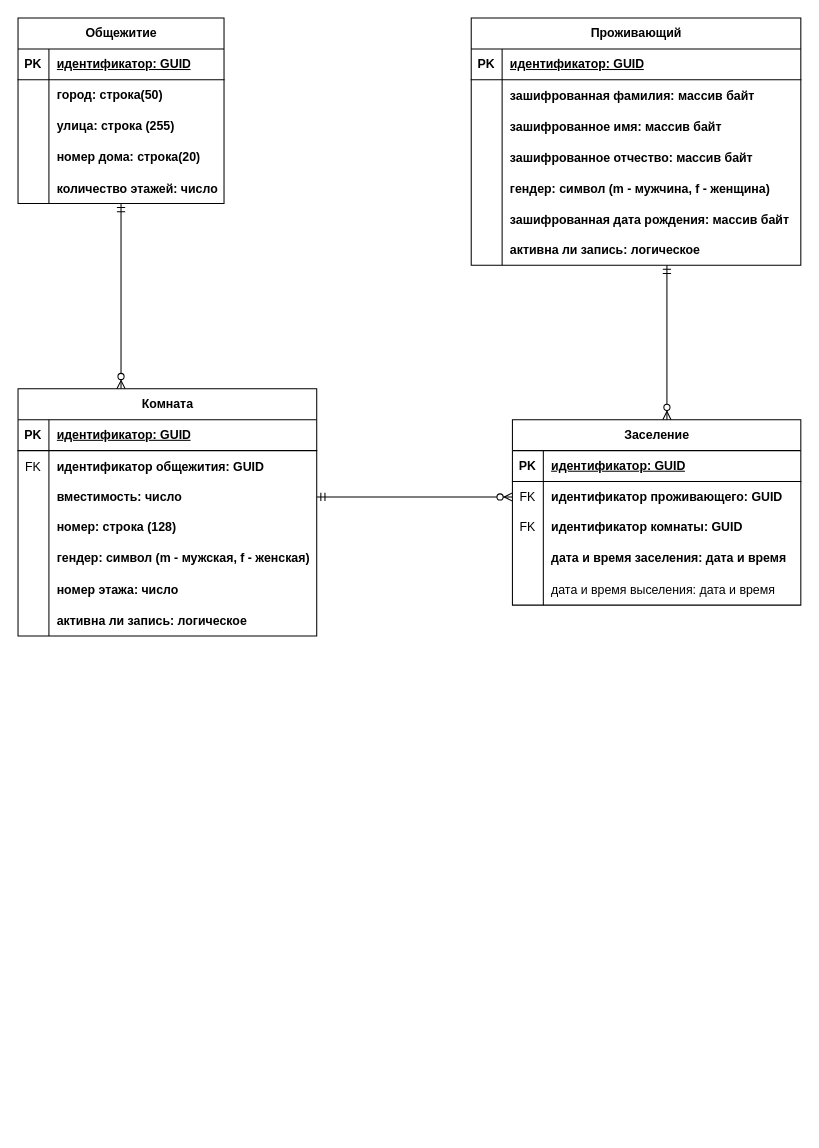
Before: docs/ERD логическая.drawio in DmitryUA/OpenDorm, a draw.io diagram. Source tidied: cells renumbered, new cells numbered last; positions are measured from the earlier drawing's top-left corner, leaving out a move shared by most shapes. Both pictures are drawn from the tidied source at 103%, with x=0, y=0 at pixel (18, 18).
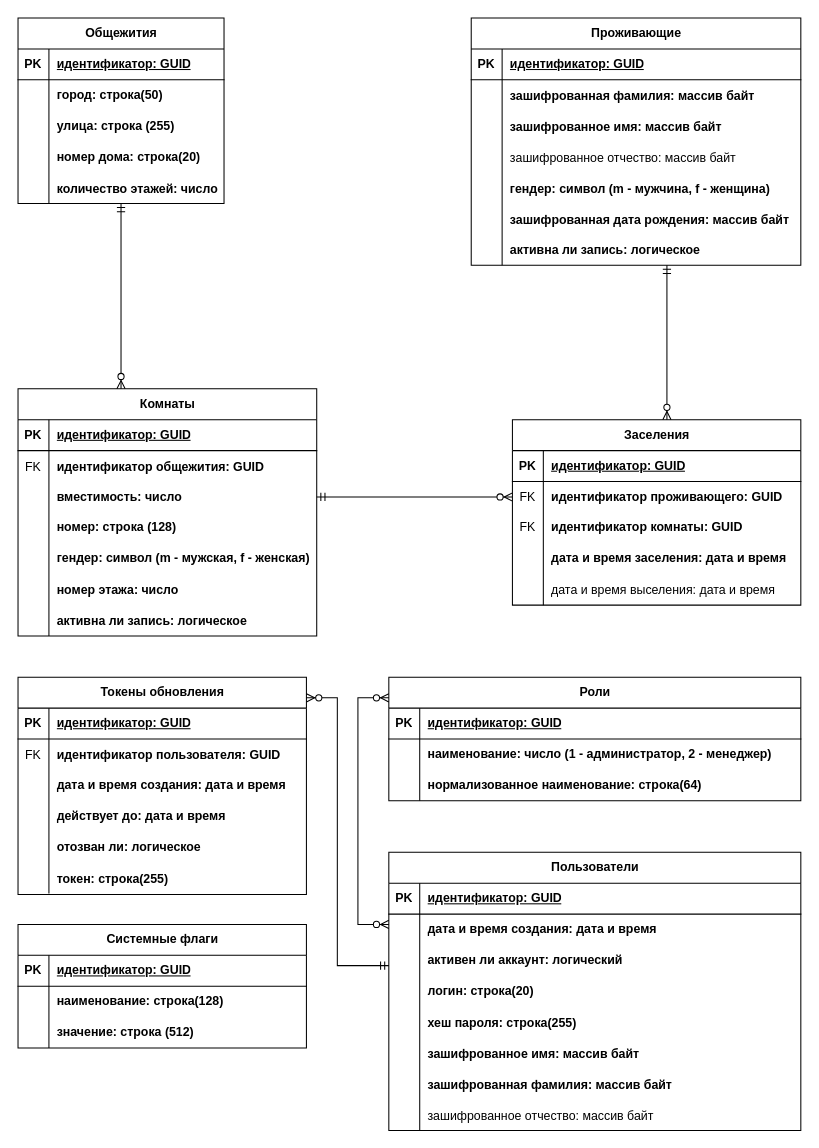
The same diagram, later.

Commit message (it also covers changes not shown here):
docs: update ERD, physical and logical.

The change refers to these unchanged cells:
```xml
<mxCell id="51" style="shape=tableRow;horizontal=0;startSize=0;swimlaneHead=0;swimlaneBody=0;fillColor=none;top=0;left=0;right=0;bottom=0;" parent="41" vertex="1">
  <mxGeometry y="120" width="320" height="30" as="geometry" />
</mxCell>
```

The edit, as a diff of the source:
```diff
@@
-    <mxCell id="2" value="Комната" style="shape=table;startSize=30;childLayout=tableLayout;rowLines=0;fontStyle=1;align=center;html=1;" parent="1" vertex="1">
+    <mxCell id="2" value="Комнаты" style="shape=table;startSize=30;childLayout=tableLayout;rowLines=0;fontStyle=1;align=center;html=1;" parent="1" vertex="1">
       <mxGeometry y="360" width="290" height="240" as="geometry" />
     </mxCell>
@@
-    <mxCell id="24" value="Общежитие" style="shape=table;startSize=30;childLayout=tableLayout;rowLines=0;fontStyle=1;align=center;html=1;" parent="1" vertex="1">
+    <mxCell id="24" value="Общежития" style="shape=table;startSize=30;childLayout=tableLayout;rowLines=0;fontStyle=1;align=center;html=1;" parent="1" vertex="1">
       <mxGeometry width="200" height="180" as="geometry" />
     </mxCell>
@@
-    <mxCell id="41" value="Проживающий" style="shape=table;startSize=30;childLayout=tableLayout;rowLines=0;fontStyle=1;align=center;html=1;" parent="1" vertex="1">
+    <mxCell id="41" value="Проживающие" style="shape=table;startSize=30;childLayout=tableLayout;rowLines=0;fontStyle=1;align=center;html=1;" parent="1" vertex="1">
       <mxGeometry x="440" width="320" height="240" as="geometry" />
     </mxCell>
@@
-    <mxCell id="53" value="зашифрованное отчество: массив байт" style="shape=partialRectangle;fillColor=none;top=0;left=0;bottom=0;right=0;align=left;spacingLeft=6;overflow=hidden;fontStyle=1;" parent="51" vertex="1">
+    <mxCell id="53" value="зашифрованное отчество: массив байт" style="shape=partialRectangle;fillColor=none;top=0;left=0;bottom=0;right=0;align=left;spacingLeft=6;overflow=hidden;fontStyle=0;" parent="51" vertex="1">
       <mxGeometry x="30" width="290" height="30" as="geometry" />
     </mxCell>
@@
-    <mxCell id="63" value="Заселение" style="shape=table;startSize=30;childLayout=tableLayout;rowLines=0;fontStyle=1;align=center;html=1;" parent="1" vertex="1">
+    <mxCell id="63" value="Заселения" style="shape=table;startSize=30;childLayout=tableLayout;rowLines=0;fontStyle=1;align=center;html=1;" parent="1" vertex="1">
       <mxGeometry x="480" y="390" width="280" height="180" as="geometry" />
     </mxCell>
@@
+    <mxCell id="81" value="Роли" style="shape=table;startSize=30;childLayout=tableLayout;rowLines=0;fontStyle=1;align=center;html=1;" parent="1" vertex="1">
+      <mxGeometry x="360" y="640" width="400" height="120" as="geometry" />
+    </mxCell>
+    <mxCell id="82" style="shape=tableRow;horizontal=0;startSize=0;swimlaneHead=0;swimlaneBody=0;fillColor=none;top=0;left=0;right=0;bottom=1;" parent="81" vertex="1">
+      <mxGeometry y="30" width="400" height="30" as="geometry" />
+    </mxCell>
+    <mxCell id="83" value="PK" style="shape=partialRectangle;fillColor=none;top=0;left=0;bottom=0;right=0;fontStyle=1;overflow=hidden;whiteSpace=wrap;html=1;" parent="82" vertex="1">
+      <mxGeometry width="30" height="30" as="geometry" />
+    </mxCell>
+    <mxCell id="84" value="идентификатор: GUID" style="shape=partialRectangle;fillColor=none;top=0;left=0;bottom=0;right=0;align=left;spacingLeft=6;fontStyle=5;overflow=hidden;whiteSpace=wrap;html=1;" parent="82" vertex="1">
+      <mxGeometry x="30" width="370" height="30" as="geometry" />
+    </mxCell>
+    <mxCell id="85" style="shape=tableRow;horizontal=0;startSize=0;swimlaneHead=0;swimlaneBody=0;fillColor=none;top=0;left=0;right=0;bottom=0;" parent="81" vertex="1">
+      <mxGeometry y="60" width="400" height="30" as="geometry" />
+    </mxCell>
+    <mxCell id="86" style="shape=partialRectangle;fillColor=none;top=0;left=0;bottom=0;right=0;overflow=hidden;whiteSpace=wrap;html=1;" parent="85" vertex="1">
+      <mxGeometry width="30" height="30" as="geometry" />
+    </mxCell>
+    <mxCell id="87" value="наименование: число (1 - администратор, 2 - менеджер)" style="shape=partialRectangle;fillColor=none;top=0;left=0;bottom=0;right=0;align=left;spacingLeft=6;overflow=hidden;whiteSpace=wrap;html=1;fontStyle=1;" parent="85" vertex="1">
+      <mxGeometry x="30" width="370" height="30" as="geometry" />
+    </mxCell>
+    <mxCell id="88" style="shape=tableRow;horizontal=0;startSize=0;swimlaneHead=0;swimlaneBody=0;fillColor=none;top=0;left=0;right=0;bottom=0;" parent="81" vertex="1">
+      <mxGeometry y="90" width="400" height="30" as="geometry" />
+    </mxCell>
+    <mxCell id="89" style="shape=partialRectangle;fillColor=none;top=0;left=0;bottom=0;right=0;overflow=hidden;whiteSpace=wrap;html=1;" parent="88" vertex="1">
+      <mxGeometry width="30" height="30" as="geometry" />
+    </mxCell>
+    <mxCell id="90" value="нормализованное наименование: строка(64)" style="shape=partialRectangle;fillColor=none;top=0;left=0;bottom=0;right=0;align=left;spacingLeft=6;overflow=hidden;whiteSpace=wrap;html=1;fontStyle=1;" parent="88" vertex="1">
+      <mxGeometry x="30" width="370" height="30" as="geometry" />
+    </mxCell>
+    <mxCell id="91" value="Пользователи" style="shape=table;startSize=30;childLayout=tableLayout;rowLines=0;fontStyle=1;align=center;html=1;" parent="1" vertex="1">
+      <mxGeometry x="360" y="810" width="400" height="270" as="geometry" />
+    </mxCell>
+    <mxCell id="92" style="shape=tableRow;horizontal=0;startSize=0;swimlaneHead=0;swimlaneBody=0;fillColor=none;top=0;left=0;right=0;bottom=1;" parent="91" vertex="1">
+      <mxGeometry y="30" width="400" height="30" as="geometry" />
+    </mxCell>
+    <mxCell id="93" value="PK" style="shape=partialRectangle;fillColor=none;top=0;left=0;bottom=0;right=0;fontStyle=1;overflow=hidden;whiteSpace=wrap;html=1;" parent="92" vertex="1">
+      <mxGeometry width="30" height="30" as="geometry" />
+    </mxCell>
+    <mxCell id="94" value="идентификатор: GUID" style="shape=partialRectangle;fillColor=none;top=0;left=0;bottom=0;right=0;align=left;spacingLeft=6;fontStyle=5;overflow=hidden;whiteSpace=wrap;html=1;" parent="92" vertex="1">
+      <mxGeometry x="30" width="370" height="30" as="geometry" />
+    </mxCell>
+    <mxCell id="95" style="shape=tableRow;horizontal=0;startSize=0;swimlaneHead=0;swimlaneBody=0;fillColor=none;top=0;left=0;right=0;bottom=0;" parent="91" vertex="1">
+      <mxGeometry y="60" width="400" height="30" as="geometry" />
+    </mxCell>
+    <mxCell id="96" style="shape=partialRectangle;fillColor=none;top=0;left=0;bottom=0;right=0;overflow=hidden;whiteSpace=wrap;html=1;" parent="95" vertex="1">
+      <mxGeometry width="30" height="30" as="geometry" />
+    </mxCell>
+    <mxCell id="97" value="&lt;b&gt;дата и время создания: дата и время&lt;/b&gt;" style="shape=partialRectangle;fillColor=none;top=0;left=0;bottom=0;right=0;align=left;spacingLeft=6;overflow=hidden;whiteSpace=wrap;html=1;" parent="95" vertex="1">
+      <mxGeometry x="30" width="370" height="30" as="geometry" />
+    </mxCell>
+    <mxCell id="98" style="shape=tableRow;horizontal=0;startSize=0;swimlaneHead=0;swimlaneBody=0;fillColor=none;top=0;left=0;right=0;bottom=0;" parent="91" vertex="1">
+      <mxGeometry y="90" width="400" height="30" as="geometry" />
+    </mxCell>
+    <mxCell id="99" style="shape=partialRectangle;fillColor=none;top=0;left=0;bottom=0;right=0;overflow=hidden;whiteSpace=wrap;html=1;" parent="98" vertex="1">
+      <mxGeometry width="30" height="30" as="geometry" />
+    </mxCell>
+    <mxCell id="100" value="&lt;b&gt;активен ли аккаунт: логический&lt;/b&gt;" style="shape=partialRectangle;fillColor=none;top=0;left=0;bottom=0;right=0;align=left;spacingLeft=6;overflow=hidden;whiteSpace=wrap;html=1;" parent="98" vertex="1">
+      <mxGeometry x="30" width="370" height="30" as="geometry" />
+    </mxCell>
+    <mxCell id="101" style="shape=tableRow;horizontal=0;startSize=0;swimlaneHead=0;swimlaneBody=0;fillColor=none;top=0;left=0;right=0;bottom=0;" parent="91" vertex="1">
+      <mxGeometry y="120" width="400" height="30" as="geometry" />
+    </mxCell>
+    <mxCell id="102" style="shape=partialRectangle;fillColor=none;top=0;left=0;bottom=0;right=0;overflow=hidden;whiteSpace=wrap;html=1;" parent="101" vertex="1">
+      <mxGeometry width="30" height="30" as="geometry" />
+    </mxCell>
+    <mxCell id="103" value="&lt;b&gt;логин: строка(20)&lt;/b&gt;" style="shape=partialRectangle;fillColor=none;top=0;left=0;bottom=0;right=0;align=left;spacingLeft=6;overflow=hidden;whiteSpace=wrap;html=1;" parent="101" vertex="1">
+      <mxGeometry x="30" width="370" height="30" as="geometry" />
+    </mxCell>
+    <mxCell id="104" style="shape=tableRow;horizontal=0;startSize=0;swimlaneHead=0;swimlaneBody=0;fillColor=none;top=0;left=0;right=0;bottom=0;" parent="91" vertex="1">
+      <mxGeometry y="150" width="400" height="30" as="geometry" />
+    </mxCell>
+    <mxCell id="105" style="shape=partialRectangle;fillColor=none;top=0;left=0;bottom=0;right=0;overflow=hidden;" parent="104" vertex="1">
+      <mxGeometry width="30" height="30" as="geometry" />
+    </mxCell>
+    <mxCell id="106" value="хеш пароля: строка(255)" style="shape=partialRectangle;fillColor=none;top=0;left=0;bottom=0;right=0;align=left;spacingLeft=6;overflow=hidden;fontStyle=1;" parent="104" vertex="1">
+      <mxGeometry x="30" width="370" height="30" as="geometry" />
+    </mxCell>
+    <mxCell id="107" style="shape=tableRow;horizontal=0;startSize=0;swimlaneHead=0;swimlaneBody=0;fillColor=none;top=0;left=0;right=0;bottom=0;" parent="91" vertex="1">
+      <mxGeometry y="180" width="400" height="30" as="geometry" />
+    </mxCell>
+    <mxCell id="108" style="shape=partialRectangle;fillColor=none;top=0;left=0;bottom=0;right=0;overflow=hidden;" parent="107" vertex="1">
+      <mxGeometry width="30" height="30" as="geometry" />
+    </mxCell>
+    <mxCell id="109" value="зашифрованное имя: массив байт" style="shape=partialRectangle;fillColor=none;top=0;left=0;bottom=0;right=0;align=left;spacingLeft=6;overflow=hidden;fontStyle=1;" parent="107" vertex="1">
+      <mxGeometry x="30" width="370" height="30" as="geometry" />
+    </mxCell>
+    <mxCell id="110" style="shape=tableRow;horizontal=0;startSize=0;swimlaneHead=0;swimlaneBody=0;fillColor=none;top=0;left=0;right=0;bottom=0;" parent="91" vertex="1">
+      <mxGeometry y="210" width="400" height="30" as="geometry" />
+    </mxCell>
+    <mxCell id="111" style="shape=partialRectangle;fillColor=none;top=0;left=0;bottom=0;right=0;overflow=hidden;" parent="110" vertex="1">
+      <mxGeometry width="30" height="30" as="geometry" />
+    </mxCell>
+    <mxCell id="112" value="зашифрованная фамилия: массив байт" style="shape=partialRectangle;fillColor=none;top=0;left=0;bottom=0;right=0;align=left;spacingLeft=6;overflow=hidden;fontStyle=1;" parent="110" vertex="1">
+      <mxGeometry x="30" width="370" height="30" as="geometry" />
+    </mxCell>
+    <mxCell id="113" style="shape=tableRow;horizontal=0;startSize=0;swimlaneHead=0;swimlaneBody=0;fillColor=none;top=0;left=0;right=0;bottom=0;" parent="91" vertex="1">
+      <mxGeometry y="240" width="400" height="30" as="geometry" />
+    </mxCell>
+    <mxCell id="114" style="shape=partialRectangle;fillColor=none;top=0;left=0;bottom=0;right=0;overflow=hidden;" parent="113" vertex="1">
+      <mxGeometry width="30" height="30" as="geometry" />
+    </mxCell>
+    <mxCell id="115" value="зашифрованное отчество: массив байт" style="shape=partialRectangle;fillColor=none;top=0;left=0;bottom=0;right=0;align=left;spacingLeft=6;overflow=hidden;" parent="113" vertex="1">
+      <mxGeometry x="30" width="370" height="30" as="geometry" />
+    </mxCell>
+    <mxCell id="116" style="edgeStyle=orthogonalEdgeStyle;fontSize=12;html=1;endArrow=ERzeroToMany;endFill=1;startArrow=ERzeroToMany;rounded=0;" parent="1" edge="1" source="91" target="81">
+      <mxGeometry relative="1" as="geometry">
+        <Array as="points">
+          <mxPoint x="330" y="880" />
+          <mxPoint x="330" y="660" />
+        </Array>
+      </mxGeometry>
+    </mxCell>
+    <mxCell id="117" value="Токены обновления" style="shape=table;startSize=30;childLayout=tableLayout;rowLines=0;fontStyle=1;align=center;html=1;" parent="1" vertex="1">
+      <mxGeometry y="640" width="280" height="211" as="geometry" />
+    </mxCell>
+    <mxCell id="118" style="shape=tableRow;horizontal=0;startSize=0;swimlaneHead=0;swimlaneBody=0;fillColor=none;top=0;left=0;right=0;bottom=1;" parent="117" vertex="1">
+      <mxGeometry y="30" width="280" height="30" as="geometry" />
+    </mxCell>
+    <mxCell id="119" value="PK" style="shape=partialRectangle;fillColor=none;top=0;left=0;bottom=0;right=0;fontStyle=1;overflow=hidden;whiteSpace=wrap;html=1;" parent="118" vertex="1">
+      <mxGeometry width="30" height="30" as="geometry" />
+    </mxCell>
+    <mxCell id="120" value="идентификатор: GUID" style="shape=partialRectangle;fillColor=none;top=0;left=0;bottom=0;right=0;align=left;spacingLeft=6;fontStyle=5;overflow=hidden;whiteSpace=wrap;html=1;" parent="118" vertex="1">
+      <mxGeometry x="30" width="250" height="30" as="geometry" />
+    </mxCell>
+    <mxCell id="121" style="shape=tableRow;horizontal=0;startSize=0;swimlaneHead=0;swimlaneBody=0;fillColor=none;top=0;left=0;right=0;bottom=0;" parent="117" vertex="1">
+      <mxGeometry y="60" width="280" height="30" as="geometry" />
+    </mxCell>
+    <mxCell id="122" value="FK" style="shape=partialRectangle;fillColor=none;top=0;left=0;bottom=0;right=0;overflow=hidden;" parent="121" vertex="1">
+      <mxGeometry width="30" height="30" as="geometry" />
+    </mxCell>
+    <mxCell id="123" value="идентификатор пользователя: GUID" style="shape=partialRectangle;fillColor=none;top=0;left=0;bottom=0;right=0;align=left;spacingLeft=6;overflow=hidden;fontStyle=1;" parent="121" vertex="1">
+      <mxGeometry x="30" width="250" height="30" as="geometry" />
+    </mxCell>
+    <mxCell id="124" style="shape=tableRow;horizontal=0;startSize=0;swimlaneHead=0;swimlaneBody=0;fillColor=none;top=0;left=0;right=0;bottom=0;" parent="117" vertex="1">
+      <mxGeometry y="90" width="280" height="30" as="geometry" />
+    </mxCell>
+    <mxCell id="125" style="shape=partialRectangle;fillColor=none;top=0;left=0;bottom=0;right=0;overflow=hidden;whiteSpace=wrap;html=1;" parent="124" vertex="1">
+      <mxGeometry width="30" height="30" as="geometry" />
+    </mxCell>
+    <mxCell id="126" value="дата и время создания: дата и время" style="shape=partialRectangle;fillColor=none;top=0;left=0;bottom=0;right=0;align=left;spacingLeft=6;overflow=hidden;whiteSpace=wrap;html=1;fontStyle=1;" parent="124" vertex="1">
+      <mxGeometry x="30" width="250" height="30" as="geometry" />
+    </mxCell>
+    <mxCell id="127" style="shape=tableRow;horizontal=0;startSize=0;swimlaneHead=0;swimlaneBody=0;fillColor=none;top=0;left=0;right=0;bottom=0;" parent="117" vertex="1">
+      <mxGeometry y="120" width="280" height="30" as="geometry" />
+    </mxCell>
+    <mxCell id="128" style="shape=partialRectangle;fillColor=none;top=0;left=0;bottom=0;right=0;overflow=hidden;whiteSpace=wrap;html=1;" parent="127" vertex="1">
+      <mxGeometry width="30" height="30" as="geometry" />
+    </mxCell>
+    <mxCell id="129" value="действует до: дата и время" style="shape=partialRectangle;fillColor=none;top=0;left=0;bottom=0;right=0;align=left;spacingLeft=6;overflow=hidden;whiteSpace=wrap;html=1;fontStyle=1;" parent="127" vertex="1">
+      <mxGeometry x="30" width="250" height="30" as="geometry" />
+    </mxCell>
+    <mxCell id="130" style="shape=tableRow;horizontal=0;startSize=0;swimlaneHead=0;swimlaneBody=0;fillColor=none;top=0;left=0;right=0;bottom=0;" parent="117" vertex="1">
+      <mxGeometry y="150" width="280" height="30" as="geometry" />
+    </mxCell>
+    <mxCell id="131" style="shape=partialRectangle;fillColor=none;top=0;left=0;bottom=0;right=0;overflow=hidden;whiteSpace=wrap;html=1;" parent="130" vertex="1">
+      <mxGeometry width="30" height="30" as="geometry" />
+    </mxCell>
+    <mxCell id="132" value="отозван ли: логическое" style="shape=partialRectangle;fillColor=none;top=0;left=0;bottom=0;right=0;align=left;spacingLeft=6;overflow=hidden;whiteSpace=wrap;html=1;fontStyle=1;" parent="130" vertex="1">
+      <mxGeometry x="30" width="250" height="30" as="geometry" />
+    </mxCell>
+    <mxCell id="133" style="shape=tableRow;horizontal=0;startSize=0;swimlaneHead=0;swimlaneBody=0;fillColor=none;top=0;left=0;right=0;bottom=0;" parent="117" vertex="1">
+      <mxGeometry y="180" width="280" height="30" as="geometry" />
+    </mxCell>
+    <mxCell id="134" style="shape=partialRectangle;fillColor=none;top=0;left=0;bottom=0;right=0;overflow=hidden;" parent="133" vertex="1">
+      <mxGeometry width="30" height="30" as="geometry" />
+    </mxCell>
+    <mxCell id="135" value="токен: строка(255)" style="shape=partialRectangle;fillColor=none;top=0;left=0;bottom=0;right=0;align=left;spacingLeft=6;overflow=hidden;fontStyle=1;" parent="133" vertex="1">
+      <mxGeometry x="30" width="250" height="30" as="geometry" />
+    </mxCell>
+    <mxCell id="136" style="edgeStyle=orthogonalEdgeStyle;fontSize=12;html=1;endArrow=ERzeroToMany;startArrow=ERmandOne;rounded=0;" parent="1" edge="1" source="91" target="117">
+      <mxGeometry relative="1" as="geometry">
+        <Array as="points">
+          <mxPoint x="310" y="920" />
+          <mxPoint x="310" y="660" />
+        </Array>
+      </mxGeometry>
+    </mxCell>
+    <mxCell id="137" value="Системные флаги" style="shape=table;startSize=30;childLayout=tableLayout;rowLines=0;fontStyle=1;align=center;html=1;" parent="1" vertex="1">
+      <mxGeometry y="880" width="280" height="120" as="geometry" />
+    </mxCell>
+    <mxCell id="138" style="shape=tableRow;horizontal=0;startSize=0;swimlaneHead=0;swimlaneBody=0;fillColor=none;top=0;left=0;right=0;bottom=1;" parent="137" vertex="1">
+      <mxGeometry y="30" width="280" height="30" as="geometry" />
+    </mxCell>
+    <mxCell id="139" value="PK" style="shape=partialRectangle;fillColor=none;top=0;left=0;bottom=0;right=0;fontStyle=1;overflow=hidden;whiteSpace=wrap;html=1;" parent="138" vertex="1">
+      <mxGeometry width="30" height="30" as="geometry" />
+    </mxCell>
+    <mxCell id="140" value="идентификатор: GUID" style="shape=partialRectangle;fillColor=none;top=0;left=0;bottom=0;right=0;align=left;spacingLeft=6;fontStyle=5;overflow=hidden;whiteSpace=wrap;html=1;" parent="138" vertex="1">
+      <mxGeometry x="30" width="250" height="30" as="geometry" />
+    </mxCell>
+    <mxCell id="141" style="shape=tableRow;horizontal=0;startSize=0;swimlaneHead=0;swimlaneBody=0;fillColor=none;top=0;left=0;right=0;bottom=0;" parent="137" vertex="1">
+      <mxGeometry y="60" width="280" height="30" as="geometry" />
+    </mxCell>
+    <mxCell id="142" style="shape=partialRectangle;fillColor=none;top=0;left=0;bottom=0;right=0;overflow=hidden;whiteSpace=wrap;html=1;" parent="141" vertex="1">
+      <mxGeometry width="30" height="30" as="geometry" />
+    </mxCell>
+    <mxCell id="143" value="наименование: строка(128)" style="shape=partialRectangle;fillColor=none;top=0;left=0;bottom=0;right=0;align=left;spacingLeft=6;overflow=hidden;whiteSpace=wrap;html=1;fontStyle=1;" parent="141" vertex="1">
+      <mxGeometry x="30" width="250" height="30" as="geometry" />
+    </mxCell>
+    <mxCell id="144" style="shape=tableRow;horizontal=0;startSize=0;swimlaneHead=0;swimlaneBody=0;fillColor=none;top=0;left=0;right=0;bottom=0;" parent="137" vertex="1">
+      <mxGeometry y="90" width="280" height="30" as="geometry" />
+    </mxCell>
+    <mxCell id="145" style="shape=partialRectangle;fillColor=none;top=0;left=0;bottom=0;right=0;overflow=hidden;whiteSpace=wrap;html=1;" parent="144" vertex="1">
+      <mxGeometry width="30" height="30" as="geometry" />
+    </mxCell>
+    <mxCell id="146" value="значение: строка (512)" style="shape=partialRectangle;fillColor=none;top=0;left=0;bottom=0;right=0;align=left;spacingLeft=6;overflow=hidden;whiteSpace=wrap;html=1;fontStyle=1;" parent="144" vertex="1">
+      <mxGeometry x="30" width="250" height="30" as="geometry" />
+    </mxCell>
```
